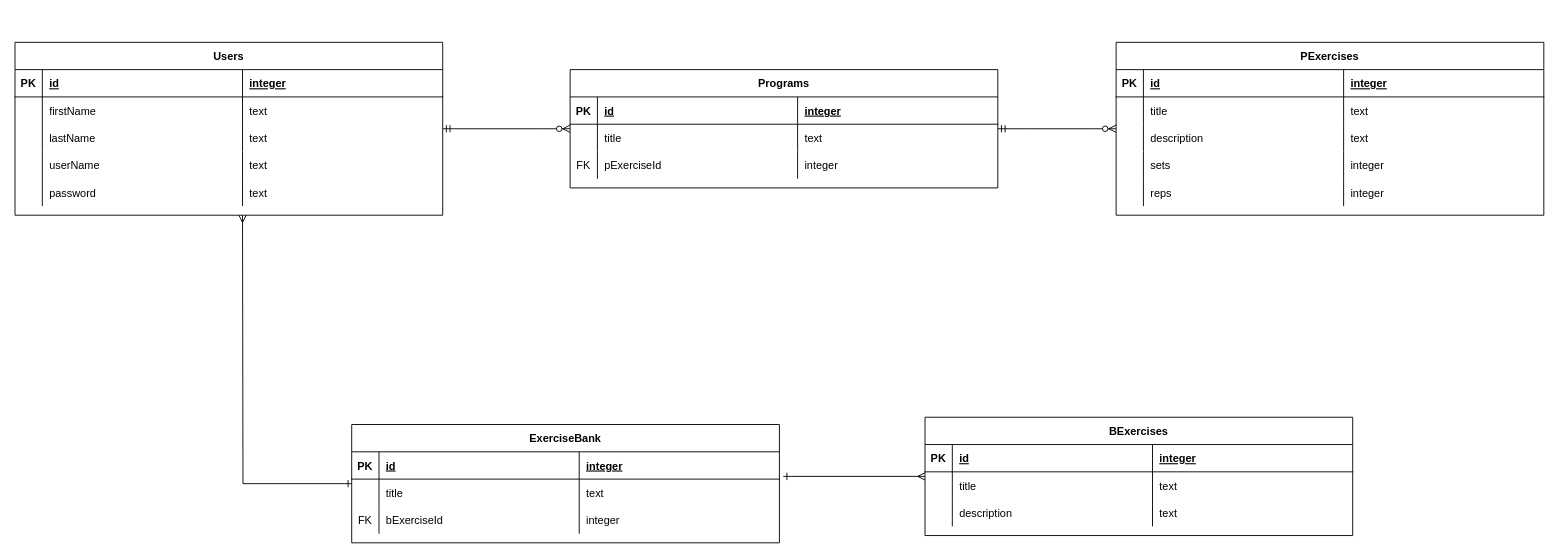
Above: ER diagram/er-diagram.drawio in Svennas/personal-workouts-app-project (draw.io), before the change. Source tidied: cells renumbered, new cells numbered last; positions are measured from the earlier drawing's top-left corner, leaving out a move shared by most shapes. Both pictures are drawn from the tidied source at 91%, with x=0, y=0 at pixel (15, 42).
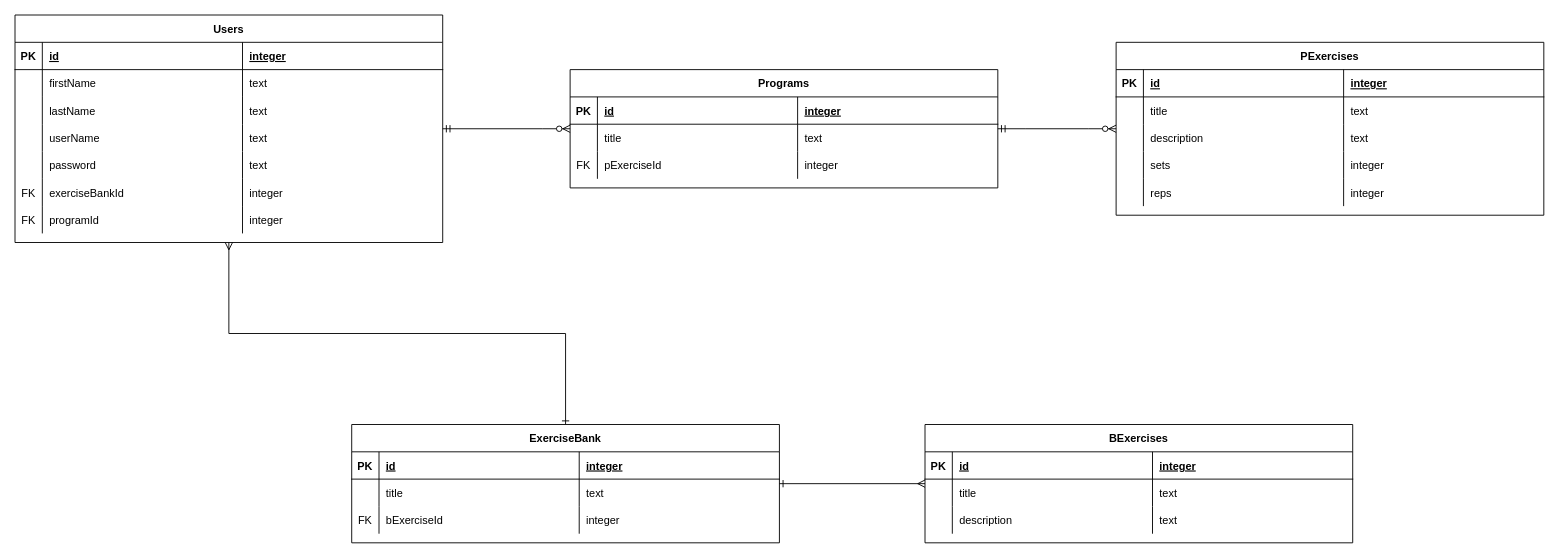
After the change.

Unchanged cells that the change refers to:
```xml
<mxCell id="71" value="ExerciseBank" style="shape=table;startSize=30;childLayout=tableLayout;rowLines=0;fontStyle=1;align=center;" parent="1" vertex="1">
  <mxGeometry x="370" y="420" width="470" height="130" as="geometry" />
</mxCell>
<mxCell id="76" style="shape=partialRectangle;fillColor=none;points=[[0,0.5],[1,0.5]];portConstraint=eastwest;top=0;left=0;right=0;bottom=0;" parent="71" vertex="1">
  <mxGeometry y="60" width="470" height="30" as="geometry" />
</mxCell>
```

What changed in the source:
```diff
@@
     <mxCell id="2" value="Users" style="shape=table;startSize=30;childLayout=tableLayout;rowLines=0;fontStyle=1;align=center;" parent="1" vertex="1">
-      <mxGeometry width="470" height="190" as="geometry" />
+      <mxGeometry y="-30" width="470" height="250" as="geometry" />
     </mxCell>
@@
+    <mxCell id="87" style="shape=partialRectangle;fillColor=none;top=0;left=0;right=0;bottom=0;" parent="2" vertex="1">
+      <mxGeometry y="180" width="470" height="30" as="geometry" />
+    </mxCell>
+    <mxCell id="88" value="FK" style="shape=partialRectangle;overflow=hidden;fillColor=none;top=0;left=0;bottom=0;right=0;" parent="87" vertex="1">
+      <mxGeometry width="30" height="30" as="geometry" />
+    </mxCell>
+    <mxCell id="89" value="exerciseBankId" style="shape=partialRectangle;overflow=hidden;fillColor=none;top=0;left=0;bottom=0;right=0;align=left;spacingLeft=6;" parent="87" vertex="1">
+      <mxGeometry x="30" width="220" height="30" as="geometry" />
+    </mxCell>
+    <mxCell id="90" value="integer" style="shape=partialRectangle;overflow=hidden;fillColor=none;top=0;left=0;bottom=0;right=0;align=left;spacingLeft=6;" parent="87" vertex="1">
+      <mxGeometry x="250" width="220" height="30" as="geometry" />
+    </mxCell>
+    <mxCell id="91" style="shape=partialRectangle;fillColor=none;top=0;left=0;right=0;bottom=0;" parent="2" vertex="1">
+      <mxGeometry y="210" width="470" height="30" as="geometry" />
+    </mxCell>
+    <mxCell id="92" value="FK" style="shape=partialRectangle;overflow=hidden;fillColor=none;top=0;left=0;bottom=0;right=0;" parent="91" vertex="1">
+      <mxGeometry width="30" height="30" as="geometry" />
+    </mxCell>
+    <mxCell id="93" value="programId" style="shape=partialRectangle;overflow=hidden;fillColor=none;top=0;left=0;bottom=0;right=0;align=left;spacingLeft=6;" parent="91" vertex="1">
+      <mxGeometry x="30" width="220" height="30" as="geometry" />
+    </mxCell>
+    <mxCell id="94" value="integer" style="shape=partialRectangle;overflow=hidden;fillColor=none;top=0;left=0;bottom=0;right=0;align=left;spacingLeft=6;" parent="91" vertex="1">
+      <mxGeometry x="250" width="220" height="30" as="geometry" />
+    </mxCell>
@@
     <mxCell id="57" value="BExercises" style="shape=table;startSize=30;childLayout=tableLayout;rowLines=0;fontStyle=1;align=center;" parent="1" vertex="1">
-      <mxGeometry x="1000" y="412" width="470" height="130" as="geometry" />
+      <mxGeometry x="1000" y="420" width="470" height="130" as="geometry" />
     </mxCell>
@@
-    <mxCell id="70" style="edgeStyle=orthogonalEdgeStyle;rounded=0;jettySize=auto;html=1;startArrow=ERone;startFill=0;endArrow=ERmany;endFill=0;" parent="1" edge="1" source="71">
-      <mxGeometry relative="1" as="geometry">
-        <mxPoint x="250" y="190" as="targetPoint" />
-      </mxGeometry>
+    <mxCell id="70" style="edgeStyle=orthogonalEdgeStyle;rounded=0;jettySize=auto;html=1;startArrow=ERone;startFill=0;endArrow=ERmany;endFill=0;" parent="1" edge="1" source="71" target="2">
+      <mxGeometry relative="1" as="geometry" />
     </mxCell>
@@
-    <mxCell id="86" style="edgeStyle=orthogonalEdgeStyle;rounded=0;jettySize=auto;html=1;entryX=1.009;entryY=-0.1;entryDx=0;entryDy=0;entryPerimeter=0;startArrow=ERmany;startFill=0;endArrow=ERone;endFill=0;" parent="1" edge="1" source="57" target="76">
+    <mxCell id="86" style="edgeStyle=orthogonalEdgeStyle;rounded=0;jettySize=auto;html=1;startArrow=ERmany;startFill=0;endArrow=ERone;endFill=0;" parent="1" edge="1" source="57" target="71">
       <mxGeometry relative="1" as="geometry" />
     </mxCell>
```
